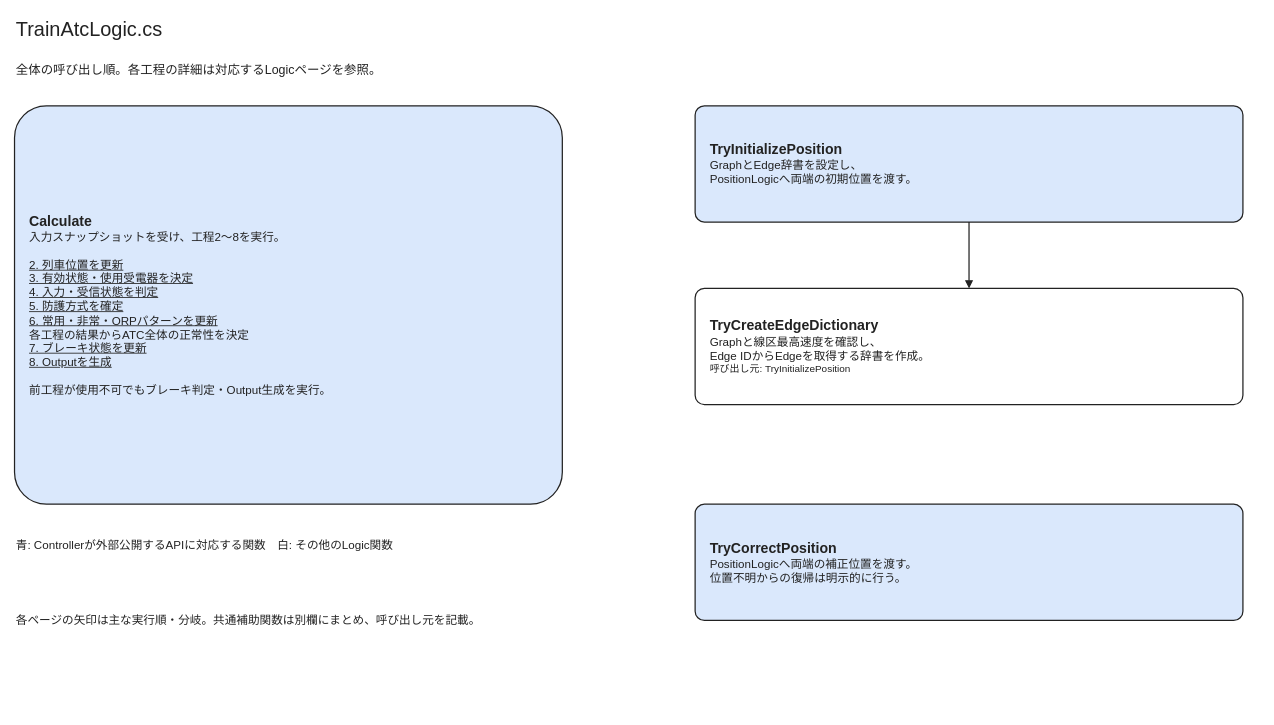
The draw.io diagram page "TrainAtcLogic.cs" (1 of 8) of Documentation/Train/Atc/TrainAtcTransitions.drawio in neko3141592/Nakatetsu, before the edit. Source tidied: cells renumbered, new cells numbered last; positions are measured from the earlier drawing's top-left corner, leaving out a move shared by most shapes. Both pictures are drawn from the tidied source at 83%, with x=0, y=0 at pixel (14, 14).
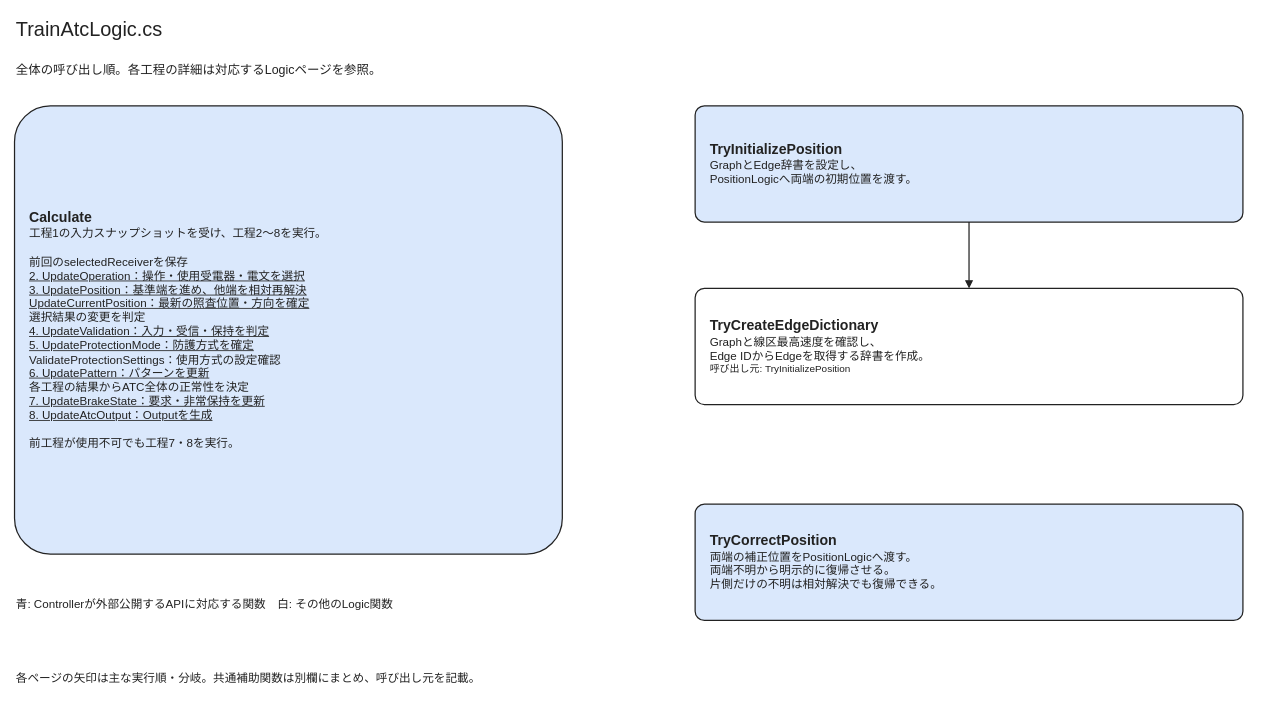
The same diagram, later.

Change to the diagram source:
```diff
@@
 <mxGraphModel background="#ffffff">
   <root>
     <mxCell id="0" />
     <mxCell id="1" parent="0" />
     <mxCell id="2" value="TrainAtcLogic.cs" style="text;html=1;whiteSpace=wrap;align=left;verticalAlign=middle;fontFamily=Hiragino Kaku Gothic ProN;fontColor=#222222;fontSize=24;strokeColor=none;fillColor=none;" parent="1" vertex="1">
       <mxGeometry width="1500" height="36" as="geometry" />
     </mxCell>
     <mxCell id="3" value="全体の呼び出し順。各工程の詳細は対応するLogicページを参照。" style="text;html=1;whiteSpace=wrap;align=left;verticalAlign=middle;fontFamily=Hiragino Kaku Gothic ProN;fontColor=#222222;fontSize=15;strokeColor=none;fillColor=none;" parent="1" vertex="1">
       <mxGeometry y="46" width="1500" height="40" as="geometry" />
     </mxCell>
-    <mxCell id="4" value="&lt;b style=&quot;font-size:17px&quot;&gt;Calculate&lt;/b&gt;&lt;br&gt;&lt;span style=&quot;font-size:14px&quot;&gt;入力スナップショットを受け、工程2〜8を実行。&lt;br&gt;&lt;br&gt;&lt;a href=&quot;data:page/id,atc-TrainAtcPositionLogic&quot; style=&quot;color:#222222&quot;&gt;2. 列車位置を更新&lt;/a&gt;&lt;br&gt;&lt;a href=&quot;data:page/id,atc-TrainAtcOperationLogic&quot; style=&quot;color:#222222&quot;&gt;3. 有効状態・使用受電器を決定&lt;/a&gt;&lt;br&gt;&lt;a href=&quot;data:page/id,atc-TrainAtcValidationLogic&quot; style=&quot;color:#222222&quot;&gt;4. 入力・受信状態を判定&lt;/a&gt;&lt;br&gt;&lt;a href=&quot;data:page/id,atc-TrainAtcProtectionModeLogic&quot; style=&quot;color:#222222&quot;&gt;5. 防護方式を確定&lt;/a&gt;&lt;br&gt;&lt;a href=&quot;data:page/id,atc-TrainAtcPatternLogic&quot; style=&quot;color:#222222&quot;&gt;6. 常用・非常・ORPパターンを更新&lt;/a&gt;&lt;br&gt;各工程の結果からATC全体の正常性を決定&lt;br&gt;&lt;a href=&quot;data:page/id,atc-TrainAtcBrakeLogic&quot; style=&quot;color:#222222&quot;&gt;7. ブレーキ状態を更新&lt;/a&gt;&lt;br&gt;&lt;a href=&quot;data:page/id,atc-TrainAtcOutputLogic&quot; style=&quot;color:#222222&quot;&gt;8. Outputを生成&lt;/a&gt;&lt;br&gt;&lt;br&gt;前工程が使用不可でもブレーキ判定・Output生成を実行。&lt;/span&gt;" style="rounded=1;arcSize=8;whiteSpace=wrap;html=1;align=left;verticalAlign=middle;spacingLeft=16;spacingRight=16;spacingTop=10;spacingBottom=10;fontFamily=Hiragino Kaku Gothic ProN;fontColor=#222222;strokeColor=#222222;strokeWidth=1.5;fillColor=#dae8fc;" parent="1" vertex="1">
-      <mxGeometry y="110" width="660" height="480" as="geometry" />
+    <mxCell id="4" value="&lt;b style=&quot;font-size:17px&quot;&gt;Calculate&lt;/b&gt;&lt;br&gt;&lt;span style=&quot;font-size:14px&quot;&gt;工程1の入力スナップショットを受け、工程2〜8を実行。&lt;br&gt;&lt;br&gt;前回のselectedReceiverを保存&lt;br&gt;&lt;a href=&quot;data:page/id,atc-TrainAtcOperationLogic&quot; style=&quot;color:#222222&quot;&gt;2. UpdateOperation：操作・使用受電器・電文を選択&lt;/a&gt;&lt;br&gt;&lt;a href=&quot;data:page/id,atc-TrainAtcPositionLogic&quot; style=&quot;color:#222222&quot;&gt;3. UpdatePosition：基準端を進め、他端を相対再解決&lt;/a&gt;&lt;br&gt;&lt;a href=&quot;data:page/id,atc-TrainAtcOperationLogic&quot; style=&quot;color:#222222&quot;&gt;UpdateCurrentPosition：最新の照査位置・方向を確定&lt;/a&gt;&lt;br&gt;選択結果の変更を判定&lt;br&gt;&lt;a href=&quot;data:page/id,atc-TrainAtcValidationLogic&quot; style=&quot;color:#222222&quot;&gt;4. UpdateValidation：入力・受信・保持を判定&lt;/a&gt;&lt;br&gt;&lt;a href=&quot;data:page/id,atc-TrainAtcProtectionModeLogic&quot; style=&quot;color:#222222&quot;&gt;5. UpdateProtectionMode：防護方式を確定&lt;/a&gt;&lt;br&gt;ValidateProtectionSettings：使用方式の設定確認&lt;br&gt;&lt;a href=&quot;data:page/id,atc-TrainAtcPatternLogic&quot; style=&quot;color:#222222&quot;&gt;6. UpdatePattern：パターンを更新&lt;/a&gt;&lt;br&gt;各工程の結果からATC全体の正常性を決定&lt;br&gt;&lt;a href=&quot;data:page/id,atc-TrainAtcBrakeLogic&quot; style=&quot;color:#222222&quot;&gt;7. UpdateBrakeState：要求・非常保持を更新&lt;/a&gt;&lt;br&gt;&lt;a href=&quot;data:page/id,atc-TrainAtcOutputLogic&quot; style=&quot;color:#222222&quot;&gt;8. UpdateAtcOutput：Outputを生成&lt;/a&gt;&lt;br&gt;&lt;br&gt;前工程が使用不可でも工程7・8を実行。&lt;/span&gt;" style="rounded=1;arcSize=8;whiteSpace=wrap;html=1;align=left;verticalAlign=middle;spacingLeft=16;spacingRight=16;spacingTop=10;spacingBottom=10;fontFamily=Hiragino Kaku Gothic ProN;fontColor=#222222;strokeColor=#222222;strokeWidth=1.5;fillColor=#dae8fc;" parent="1" vertex="1">
+      <mxGeometry y="110" width="660" height="540" as="geometry" />
     </mxCell>
     <mxCell id="5" value="&lt;b style=&quot;font-size:17px&quot;&gt;TryInitializePosition&lt;/b&gt;&lt;br&gt;&lt;span style=&quot;font-size:14px&quot;&gt;GraphとEdge辞書を設定し、&lt;br&gt;PositionLogicへ両端の初期位置を渡す。&lt;/span&gt;" style="rounded=1;arcSize=8;whiteSpace=wrap;html=1;align=left;verticalAlign=middle;spacingLeft=16;spacingRight=16;spacingTop=10;spacingBottom=10;fontFamily=Hiragino Kaku Gothic ProN;fontColor=#222222;strokeColor=#222222;strokeWidth=1.5;fillColor=#dae8fc;" parent="1" vertex="1">
       <mxGeometry x="820" y="110" width="660" height="140" as="geometry" />
     </mxCell>
     <mxCell id="6" value="&lt;b style=&quot;font-size:17px&quot;&gt;TryCreateEdgeDictionary&lt;/b&gt;&lt;br&gt;&lt;span style=&quot;font-size:14px&quot;&gt;Graphと線区最高速度を確認し、&lt;br&gt;Edge IDからEdgeを取得する辞書を作成。&lt;/span&gt;&lt;br&gt;&lt;span style=&quot;font-size:12px&quot;&gt;呼び出し元: TryInitializePosition&lt;/span&gt;" style="rounded=1;arcSize=8;whiteSpace=wrap;html=1;align=left;verticalAlign=middle;spacingLeft=16;spacingRight=16;spacingTop=10;spacingBottom=10;fontFamily=Hiragino Kaku Gothic ProN;fontColor=#222222;strokeColor=#222222;strokeWidth=1.5;fillColor=#ffffff;" parent="1" vertex="1">
       <mxGeometry x="820" y="330" width="660" height="140" as="geometry" />
     </mxCell>
-    <mxCell id="7" value="&lt;b style=&quot;font-size:17px&quot;&gt;TryCorrectPosition&lt;/b&gt;&lt;br&gt;&lt;span style=&quot;font-size:14px&quot;&gt;PositionLogicへ両端の補正位置を渡す。&lt;br&gt;位置不明からの復帰は明示的に行う。&lt;/span&gt;" style="rounded=1;arcSize=8;whiteSpace=wrap;html=1;align=left;verticalAlign=middle;spacingLeft=16;spacingRight=16;spacingTop=10;spacingBottom=10;fontFamily=Hiragino Kaku Gothic ProN;fontColor=#222222;strokeColor=#222222;strokeWidth=1.5;fillColor=#dae8fc;" parent="1" vertex="1">
+    <mxCell id="7" value="&lt;b style=&quot;font-size:17px&quot;&gt;TryCorrectPosition&lt;/b&gt;&lt;br&gt;&lt;span style=&quot;font-size:14px&quot;&gt;両端の補正位置をPositionLogicへ渡す。&lt;br&gt;両端不明から明示的に復帰させる。&lt;br&gt;片側だけの不明は相対解決でも復帰できる。&lt;/span&gt;" style="rounded=1;arcSize=8;whiteSpace=wrap;html=1;align=left;verticalAlign=middle;spacingLeft=16;spacingRight=16;spacingTop=10;spacingBottom=10;fontFamily=Hiragino Kaku Gothic ProN;fontColor=#222222;strokeColor=#222222;strokeWidth=1.5;fillColor=#dae8fc;" parent="1" vertex="1">
       <mxGeometry x="820" y="590" width="660" height="140" as="geometry" />
     </mxCell>
     <mxCell id="8" style="edgeStyle=orthogonalEdgeStyle;rounded=0;html=1;endArrow=block;endFill=1;strokeColor=#222222;strokeWidth=1.5;fontSize=13;fontFamily=Hiragino Kaku Gothic ProN;fontColor=#222222;labelBackgroundColor=#ffffff;exitX=0.5;exitY=1;exitDx=0;exitDy=0;entryX=0.5;entryY=0;entryDx=0;entryDy=0;" parent="1" edge="1" source="5" target="6">
       <mxGeometry relative="1" as="geometry" />
     </mxCell>
     <mxCell id="9" value="青: Controllerが外部公開するAPIに対応する関数　白: その他のLogic関数" style="text;html=1;whiteSpace=wrap;align=left;verticalAlign=middle;fontFamily=Hiragino Kaku Gothic ProN;fontColor=#222222;fontSize=14;strokeColor=none;fillColor=none;" parent="1" vertex="1">
-      <mxGeometry y="610" width="660" height="60" as="geometry" />
+      <mxGeometry y="680" width="660" height="60" as="geometry" />
     </mxCell>
     <mxCell id="10" value="各ページの矢印は主な実行順・分岐。共通補助関数は別欄にまとめ、呼び出し元を記載。" style="text;html=1;whiteSpace=wrap;align=left;verticalAlign=middle;fontFamily=Hiragino Kaku Gothic ProN;fontColor=#222222;fontSize=14;strokeColor=none;fillColor=none;" parent="1" vertex="1">
-      <mxGeometry y="690" width="660" height="80" as="geometry" />
+      <mxGeometry y="760" width="660" height="80" as="geometry" />
     </mxCell>
   </root>
 </mxGraphModel>
```
